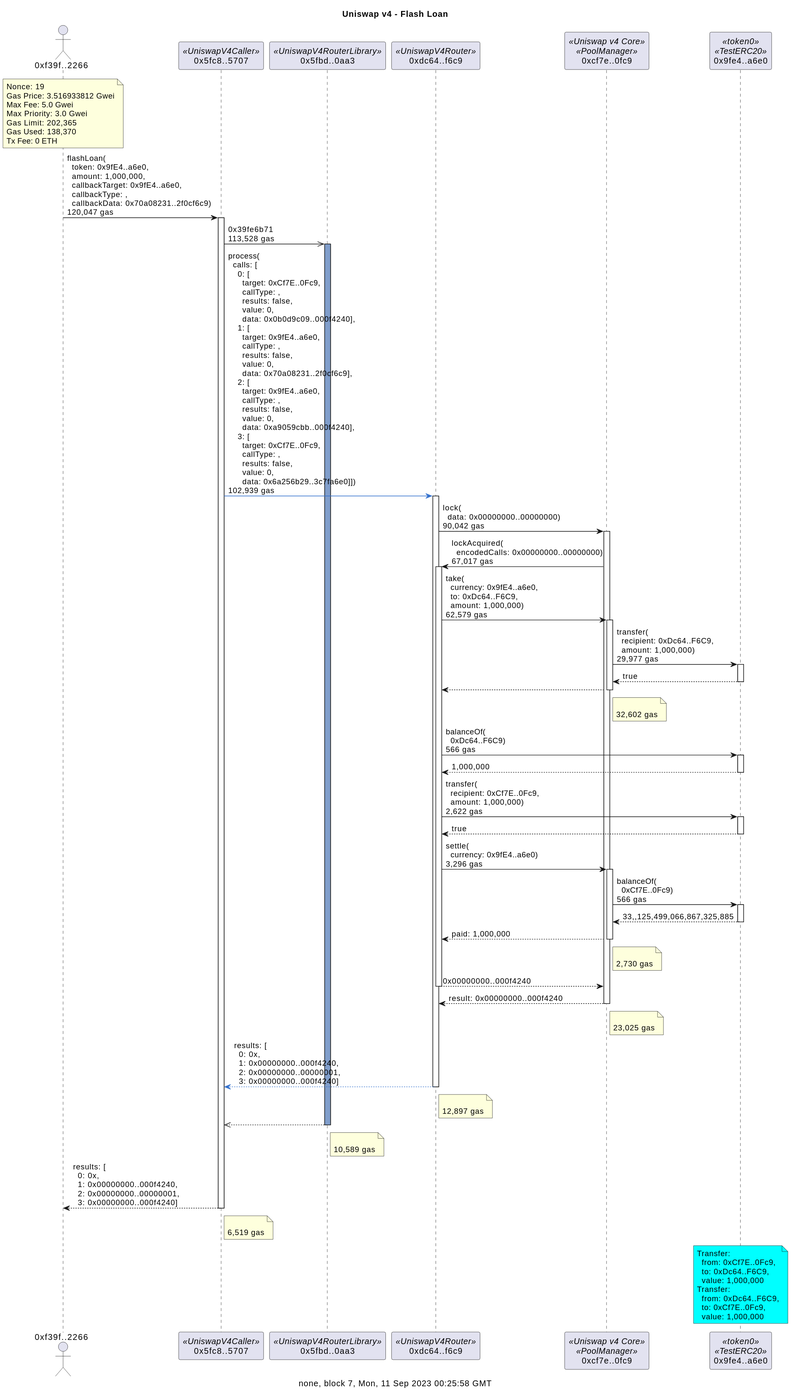
Above: docs/flashLoanDetailed.svg in naddison36/uniswap-v4-hooks (PlantUML), before the change.
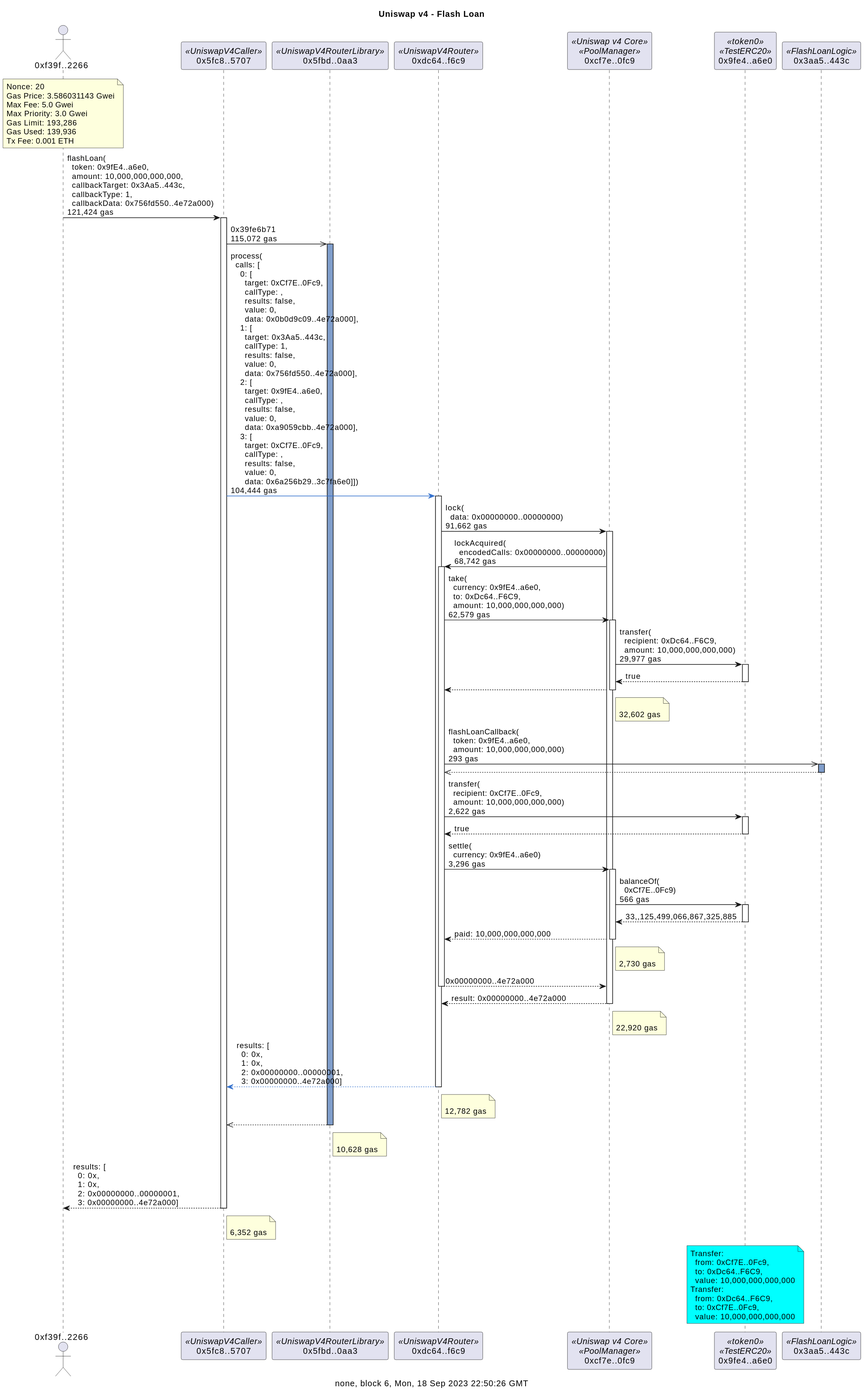
Above is the later version.

Change to the diagram source:
```diff
@@ -1,45 +1,46 @@
 @startuml
 title Uniswap v4 - Flash Loan
 
-caption none, block 7, Mon, 11 Sep 2023 00:25:58 GMT
+caption none, block 6, Mon, 18 Sep 2023 22:50:26 GMT
 actor "0xf39f..2266" as f39f2266
 participant "0x5fc8..5707" as 5fc85707 <<UniswapV4Caller>>
 participant "0x5fbd..0aa3" as 5fbd0aa3 <<UniswapV4RouterLibrary>>
 participant "0xdc64..f6c9" as dc64f6c9 <<UniswapV4Router>>
 participant "0xcf7e..0fc9" as cf7e0fc9 <<Uniswap v4 Core>><<PoolManager>>
 participant "0x9fe4..a6e0" as 9fe4a6e0 <<token0>><<TestERC20>>
+participant "0x3aa5..443c" as 3aa5443c <<FlashLoanLogic>>
 
 note over f39f2266
-Nonce: 19
-Gas Price: 3.516933812 Gwei
+Nonce: 20
+Gas Price: 3.586031143 Gwei
 Max Fee: 5.0 Gwei
 Max Priority: 3.0 Gwei
-Gas Limit: 202,365
-Gas Used: 138,370
-Tx Fee: 0 ETH
+Gas Limit: 193,286
+Gas Used: 139,936
+Tx Fee: 0.001 ETH
 end note
 
-f39f2266 -> 5fc85707: flashLoan(\n  token: 0x9fE4..a6e0,\n  amount: 1,000,000,\n  callbackTarget: 0x9fE4..a6e0,\n  callbackType: ,\n  callbackData: 0x70a08231..2f0cf6c9)\n120,047 gas
+f39f2266 -> 5fc85707: flashLoan(\n  token: 0x9fE4..a6e0,\n  amount: 10,000,000,000,000,\n  callbackTarget: 0x3Aa5..443c,\n  callbackType: 1,\n  callbackData: 0x756fd550..4e72a000)\n121,424 gas
 activate 5fc85707
-5fc85707 ->> 5fbd0aa3: 0x39fe6b71\n113,528 gas
+5fc85707 ->> 5fbd0aa3: 0x39fe6b71\n115,072 gas
 activate 5fbd0aa3 #809ECB
-5fc85707 -[#3471CD]> dc64f6c9: process(\n  calls: [\n    0: [\n      target: 0xCf7E..0Fc9,\n      callType: ,\n      results: false,\n      value: 0,\n      data: 0x0b0d9c09..000f4240],\n    1: [\n      target: 0x9fE4..a6e0,\n      callType: ,\n      results: false,\n      value: 0,\n      data: 0x70a08231..2f0cf6c9],\n    2: [\n      target: 0x9fE4..a6e0,\n      callType: ,\n      results: false,\n      value: 0,\n      data: 0xa9059cbb..000f4240],\n    3: [\n      target: 0xCf7E..0Fc9,\n      callType: ,\n      results: false,\n      value: 0,\n      data: 0x6a256b29..3c7fa6e0]])\n102,939 gas
+5fc85707 -[#3471CD]> dc64f6c9: process(\n  calls: [\n    0: [\n      target: 0xCf7E..0Fc9,\n      callType: ,\n      results: false,\n      value: 0,\n      data: 0x0b0d9c09..4e72a000],\n    1: [\n      target: 0x3Aa5..443c,\n      callType: 1,\n      results: false,\n      value: 0,\n      data: 0x756fd550..4e72a000],\n    2: [\n      target: 0x9fE4..a6e0,\n      callType: ,\n      results: false,\n      value: 0,\n      data: 0xa9059cbb..4e72a000],\n    3: [\n      target: 0xCf7E..0Fc9,\n      callType: ,\n      results: false,\n      value: 0,\n      data: 0x6a256b29..3c7fa6e0]])\n104,444 gas
 activate dc64f6c9
-dc64f6c9 -> cf7e0fc9: lock(\n  data: 0x00000000..00000000)\n90,042 gas
+dc64f6c9 -> cf7e0fc9: lock(\n  data: 0x00000000..00000000)\n91,662 gas
 activate cf7e0fc9
-cf7e0fc9 -> dc64f6c9: lockAcquired(\n  encodedCalls: 0x00000000..00000000)\n67,017 gas
+cf7e0fc9 -> dc64f6c9: lockAcquired(\n  encodedCalls: 0x00000000..00000000)\n68,742 gas
 activate dc64f6c9
-dc64f6c9 -> cf7e0fc9: take(\n  currency: 0x9fE4..a6e0,\n  to: 0xDc64..F6C9,\n  amount: 1,000,000)\n62,579 gas
+dc64f6c9 -> cf7e0fc9: take(\n  currency: 0x9fE4..a6e0,\n  to: 0xDc64..F6C9,\n  amount: 10,000,000,000,000)\n62,579 gas
 activate cf7e0fc9
-cf7e0fc9 -> 9fe4a6e0: transfer(\n  recipient: 0xDc64..F6C9,\n  amount: 1,000,000)\n29,977 gas
+cf7e0fc9 -> 9fe4a6e0: transfer(\n  recipient: 0xDc64..F6C9,\n  amount: 10,000,000,000,000)\n29,977 gas
 activate 9fe4a6e0
 return true
 return
 note right of cf7e0fc9: \n32,602 gas
-dc64f6c9 -> 9fe4a6e0: balanceOf(\n  0xDc64..F6C9)\n566 gas
-activate 9fe4a6e0
-return 1,000,000
-dc64f6c9 -> 9fe4a6e0: transfer(\n  recipient: 0xCf7E..0Fc9,\n  amount: 1,000,000)\n2,622 gas
+dc64f6c9 ->> 3aa5443c: flashLoanCallback(\n  token: 0x9fE4..a6e0,\n  amount: 10,000,000,000,000)\n293 gas
+activate 3aa5443c #809ECB
+return
+dc64f6c9 -> 9fe4a6e0: transfer(\n  recipient: 0xCf7E..0Fc9,\n  amount: 10,000,000,000,000)\n2,622 gas
 activate 9fe4a6e0
 return true
 dc64f6c9 -> cf7e0fc9: settle(\n  currency: 0x9fE4..a6e0)\n3,296 gas
@@ -47,26 +48,26 @@
 cf7e0fc9 -> 9fe4a6e0: balanceOf(\n  0xCf7E..0Fc9)\n566 gas
 activate 9fe4a6e0
 return 33,,125,499,066,867,325,885
-return paid: 1,000,000
+return paid: 10,000,000,000,000
 note right of cf7e0fc9: \n2,730 gas
-return 0x00000000..000f4240
-return result: 0x00000000..000f4240
-note right of cf7e0fc9: \n23,025 gas
-return results: [\n  0: 0x,\n  1: 0x00000000..000f4240,\n  2: 0x00000000..00000001,\n  3: 0x00000000..000f4240]
-note right of dc64f6c9: \n12,897 gas
+return 0x00000000..4e72a000
+return result: 0x00000000..4e72a000
+note right of cf7e0fc9: \n22,920 gas
+return results: [\n  0: 0x,\n  1: 0x,\n  2: 0x00000000..00000001,\n  3: 0x00000000..4e72a000]
+note right of dc64f6c9: \n12,782 gas
 return
-note right of 5fbd0aa3: \n10,589 gas
-return results: [\n  0: 0x,\n  1: 0x00000000..000f4240,\n  2: 0x00000000..00000001,\n  3: 0x00000000..000f4240]
-note right of 5fc85707: \n6,519 gas
+note right of 5fbd0aa3: \n10,628 gas
+return results: [\n  0: 0x,\n  1: 0x,\n  2: 0x00000000..00000001,\n  3: 0x00000000..4e72a000]
+note right of 5fc85707: \n6,352 gas
 
 note over 9fe4a6e0 #aqua
 Transfer:
   from: 0xCf7E..0Fc9,
   to: 0xDc64..F6C9,
-  value: 1,000,000
+  value: 10,000,000,000,000
 Transfer:
   from: 0xDc64..F6C9,
   to: 0xCf7E..0Fc9,
-  value: 1,000,000
+  value: 10,000,000,000,000
 end note
 @enduml
```
